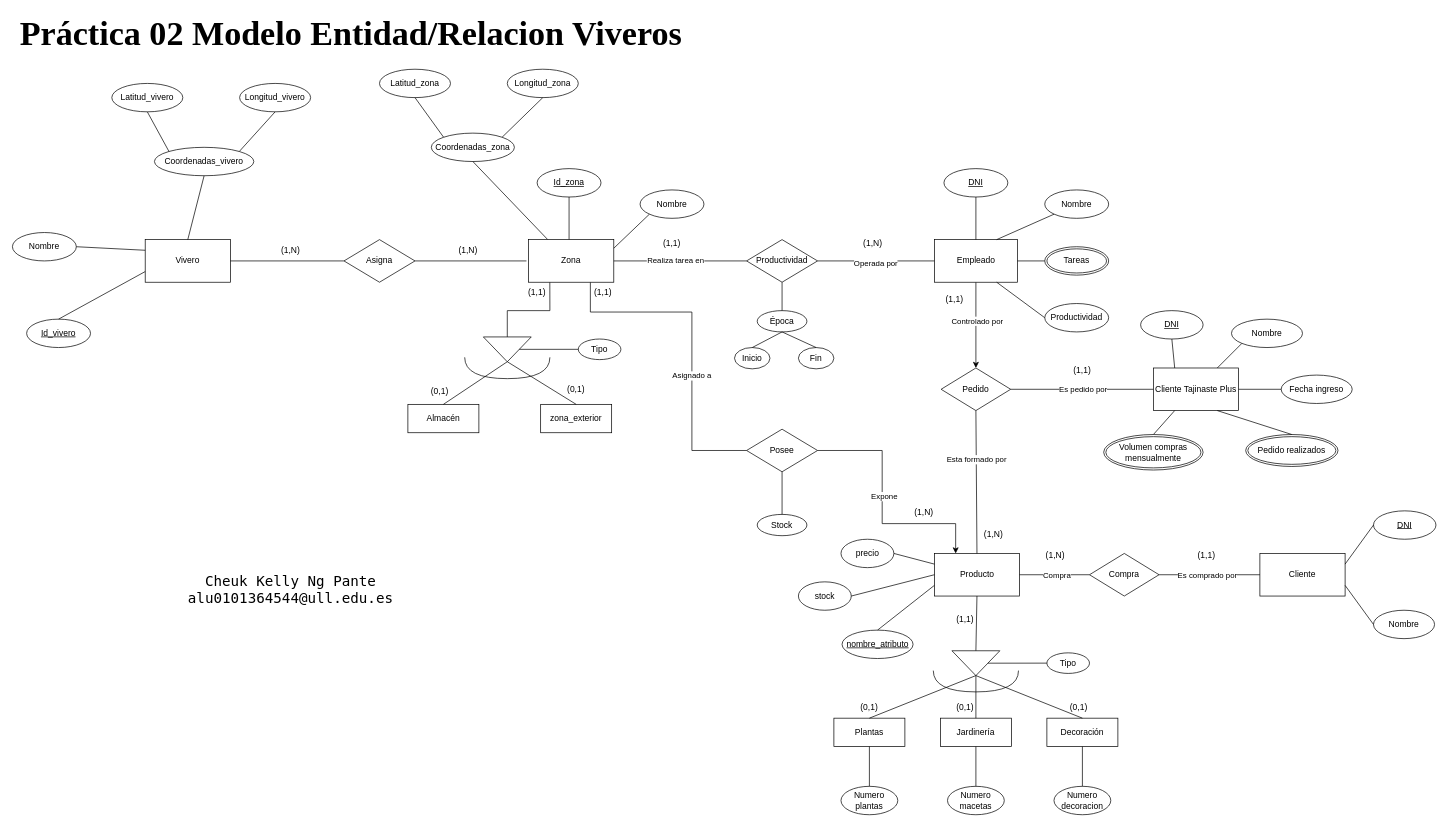
feichay10/Practicas-ADBD keeps this draw.io diagram as Practica_03_Modelo_Relacional_Viveros/Practica_02_Modelo_Entidad-Relacion_Viveros.drawio. Above is the earlier version. Source tidied: cells renumbered, new cells numbered last; positions are measured from the earlier drawing's top-left corner, leaving out a move shared by most shapes. Both pictures are drawn from the tidied source at 71%, with x=0, y=0 at pixel (12, 12).
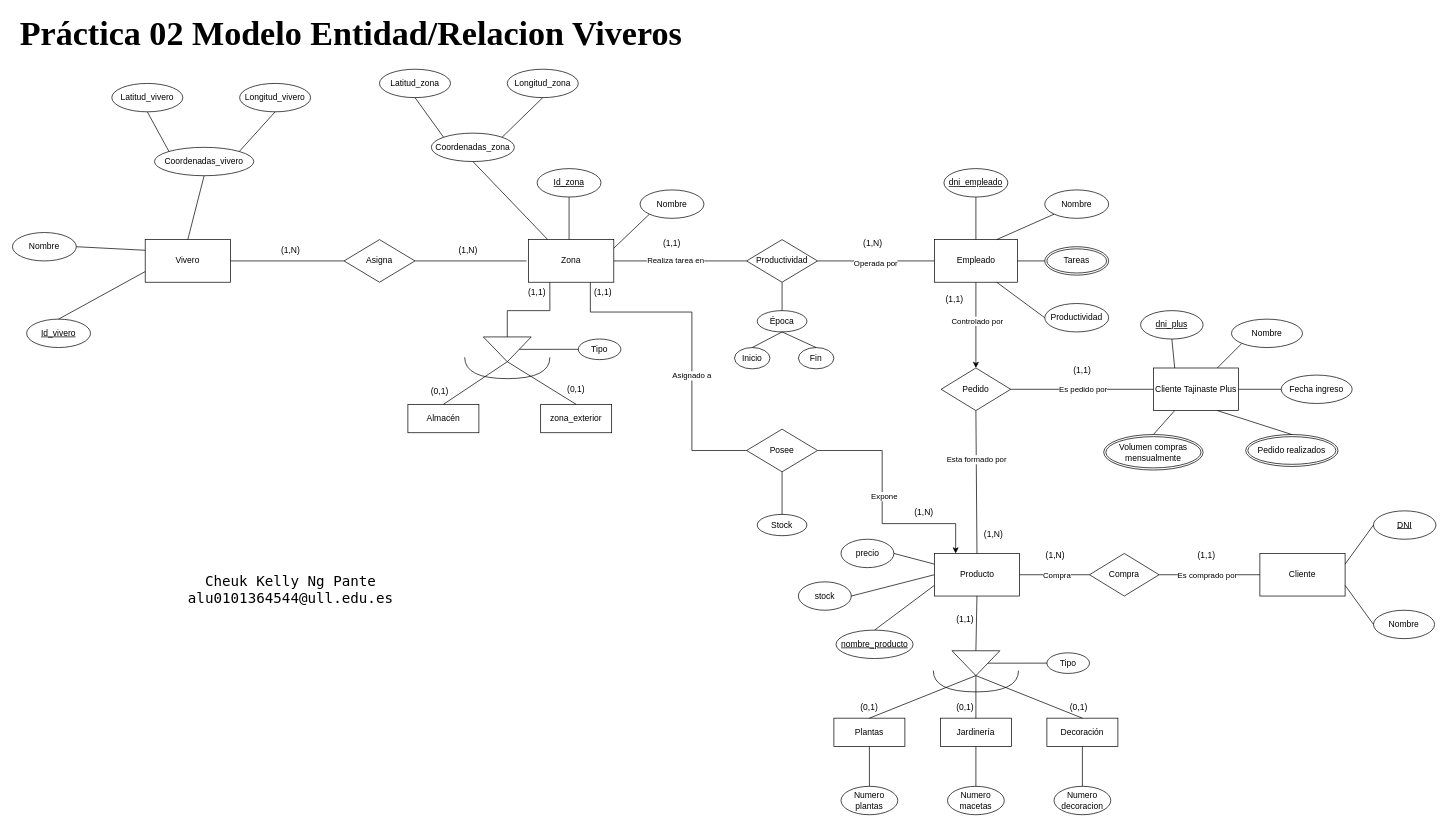
After the change.

Diff of the diagram source:
```diff
@@
-    <mxCell id="36" value="DNI" style="ellipse;whiteSpace=wrap;html=1;align=center;fontStyle=4;" parent="1" vertex="1">
+    <mxCell id="36" value="dni_empleado" style="ellipse;whiteSpace=wrap;html=1;align=center;fontStyle=4;" parent="1" vertex="1">
       <mxGeometry x="1312" y="220" width="90" height="40" as="geometry" />
     </mxCell>
@@
-    <mxCell id="51" value="DNI" style="ellipse;whiteSpace=wrap;html=1;align=center;fontStyle=4;" parent="1" vertex="1">
+    <mxCell id="51" value="dni_plus" style="ellipse;whiteSpace=wrap;html=1;align=center;fontStyle=4;" parent="1" vertex="1">
       <mxGeometry x="1589" y="420" width="88" height="40" as="geometry" />
     </mxCell>
@@
-    <mxCell id="132" value="nombre_atributo" style="ellipse;whiteSpace=wrap;html=1;align=center;fontStyle=4;" parent="1" vertex="1">
-      <mxGeometry x="1168.5" y="870" width="100" height="40" as="geometry" />
+    <mxCell id="132" value="nombre_producto" style="ellipse;whiteSpace=wrap;html=1;align=center;fontStyle=4;" parent="1" vertex="1">
+      <mxGeometry x="1160" y="870" width="108.5" height="40" as="geometry" />
     </mxCell>
```
